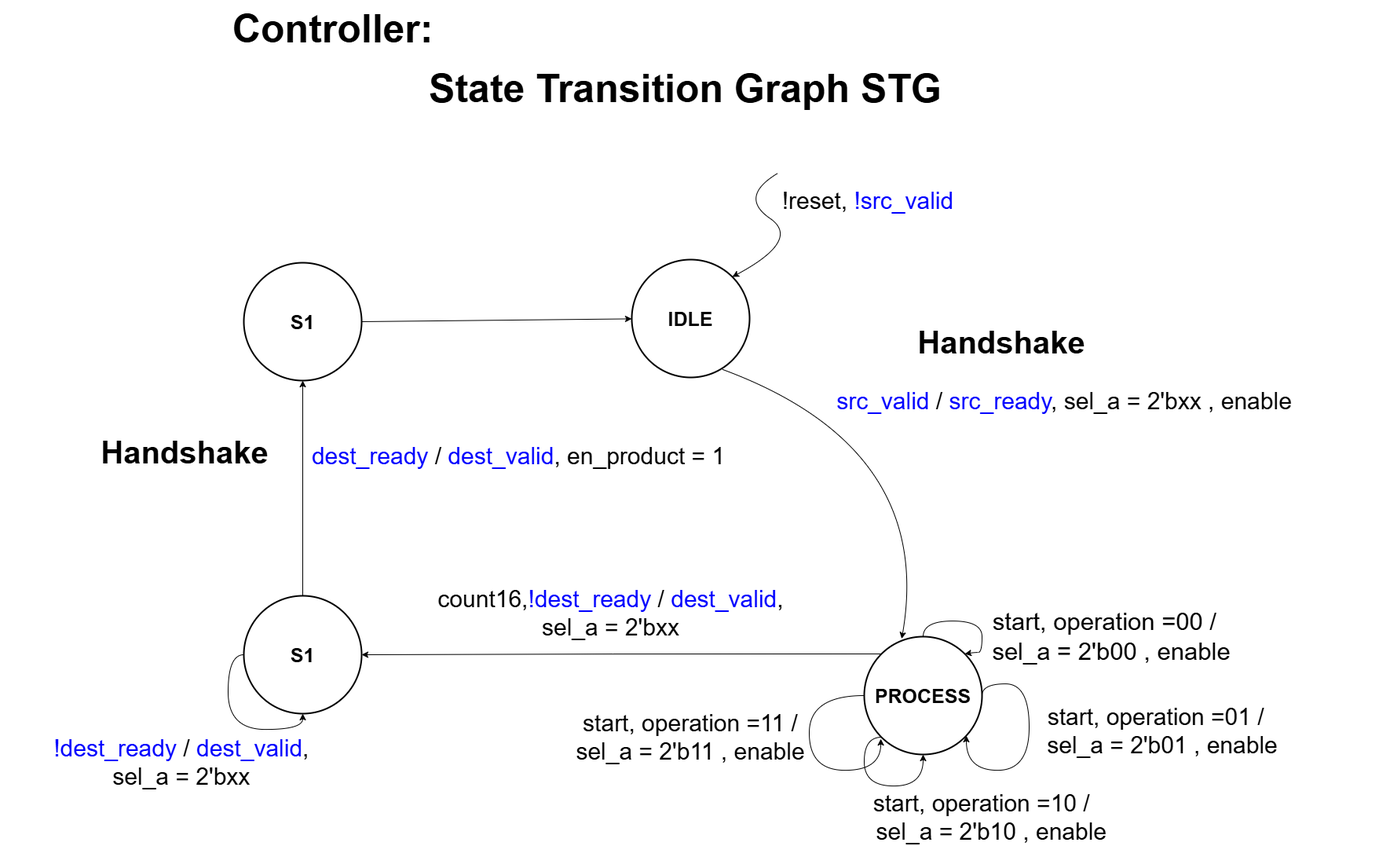
Earlier version of the draw.io export Nasir/src/valid_ready_interface_seq_multiplier/docs/Controller_val_ready.png (medsuet/Xcelerium-IC-Design-Training). Source tidied: cells renumbered, new cells last; positions are measured from the earlier drawing's top-left corner, leaving out a move shared by most shapes.
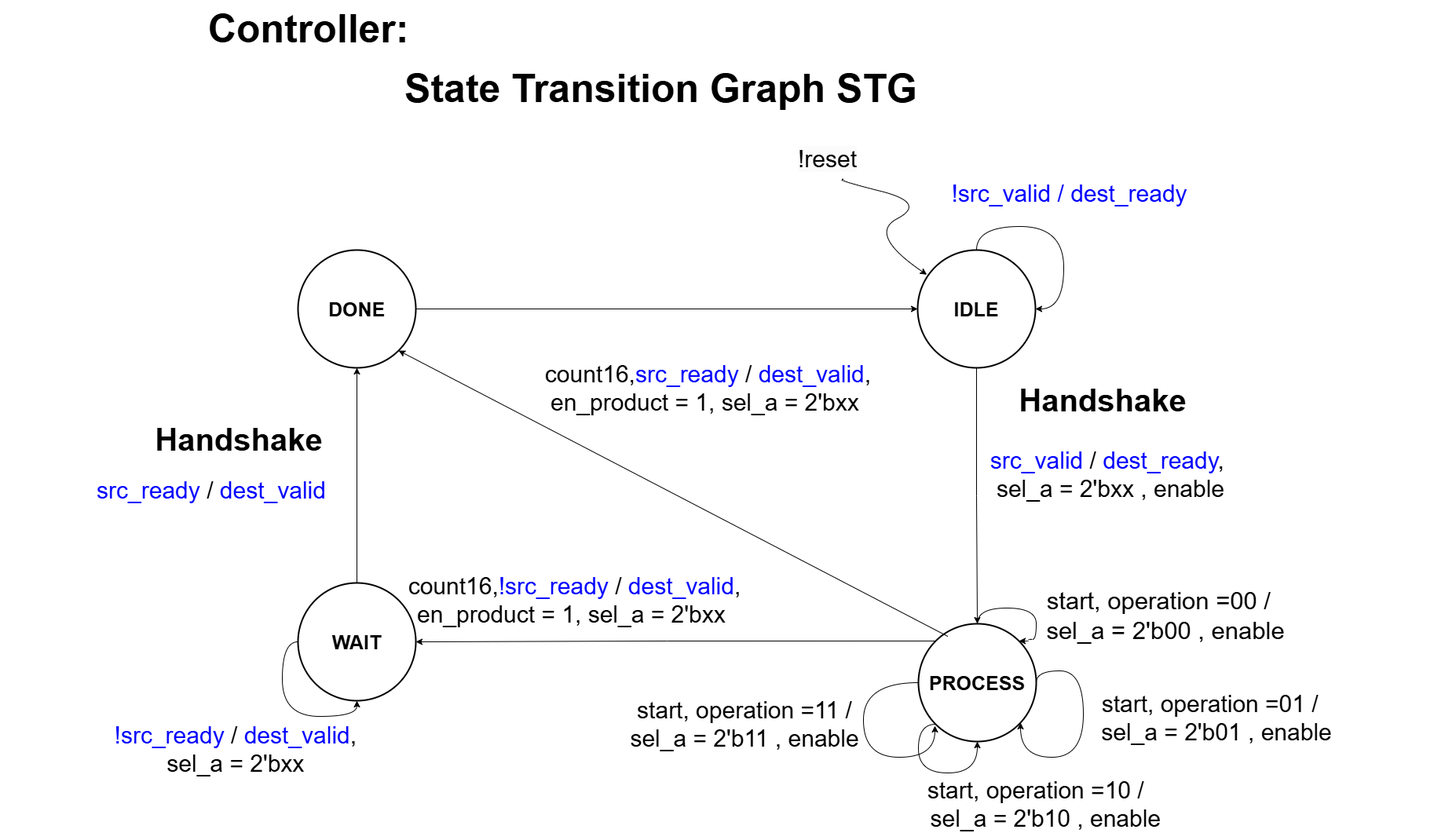
After the change.

The edit, as a diff of the source:
```diff
@@ -3,10 +3,13 @@
     <mxCell id="0" />
     <mxCell id="1" parent="0" />
     <mxCell id="2" value="&lt;h1 style=&quot;margin-top: 0px;&quot;&gt;&lt;span style=&quot;background-color: initial;&quot;&gt;&lt;font style=&quot;font-size: 50px;&quot;&gt;&amp;nbsp;Controller:&lt;/font&gt;&lt;/span&gt;&lt;br&gt;&lt;/h1&gt;&lt;div&gt;&lt;span style=&quot;background-color: initial;&quot;&gt;&lt;font style=&quot;font-size: 50px;&quot;&gt;&lt;span style=&quot;white-space: pre;&quot;&gt;&#9;&lt;/span&gt;&lt;span style=&quot;white-space: pre;&quot;&gt;&#9;&lt;/span&gt;&amp;nbsp; &amp;nbsp;&lt;/font&gt;&lt;/span&gt;&lt;span style=&quot;font-size: 50px; background-color: initial;&quot;&gt;&lt;b&gt;State Transition Graph STG&lt;/b&gt;&lt;/span&gt;&lt;/div&gt;" style="text;html=1;whiteSpace=wrap;overflow=hidden;rounded=0;" parent="1" vertex="1">
-      <mxGeometry x="280" width="1050" height="310" as="geometry" />
+      <mxGeometry x="180" y="16" width="1050" height="164" as="geometry" />
     </mxCell>
+    <mxCell id="28" style="edgeStyle=orthogonalEdgeStyle;rounded=0;jettySize=auto;html=1;exitX=0.5;exitY=1;exitDx=0;exitDy=0;entryX=0.5;entryY=0;entryDx=0;entryDy=0;" parent="1" edge="1" source="3" target="7">
+      <mxGeometry relative="1" as="geometry" />
+    </mxCell>
     <mxCell id="3" value="&lt;b style=&quot;font-size: 25px;&quot;&gt;IDLE&lt;/b&gt;" style="ellipse;whiteSpace=wrap;html=1;strokeWidth=2;" parent="1" vertex="1">
-      <mxGeometry x="804" y="330" width="150" height="150" as="geometry" />
+      <mxGeometry x="1099" y="334" width="150" height="150" as="geometry" />
     </mxCell>
     <mxCell id="4" style="edgeStyle=orthogonalEdgeStyle;rounded=0;orthogonalLoop=1;jettySize=auto;html=1;exitX=0;exitY=1;exitDx=0;exitDy=0;curved=1;entryX=0.5;entryY=1;entryDx=0;entryDy=0;" parent="1" edge="1" source="7" target="7">
       <mxGeometry relative="1" as="geometry">
@@ -33,20 +36,21 @@
     <mxCell id="7" value="&lt;b style=&quot;font-size: 25px;&quot;&gt;PROCESS&lt;/b&gt;" style="ellipse;whiteSpace=wrap;html=1;strokeWidth=2;" parent="1" vertex="1">
       <mxGeometry x="1100" y="810" width="150" height="150" as="geometry" />
     </mxCell>
-    <mxCell id="8" style="curved=1;endArrow=classic;html=1;rounded=0;entryX=1;entryY=0;entryDx=0;entryDy=0;" parent="1" edge="1" target="3">
+    <mxCell id="8" style="curved=1;endArrow=classic;html=1;rounded=0;entryX=0.078;entryY=0.209;entryDx=0;entryDy=0;entryPerimeter=0;" parent="1" edge="1" target="3">
       <mxGeometry relative="1" as="geometry">
-        <mxPoint x="990" y="220" as="sourcePoint" />
+        <mxPoint x="1005" y="244" as="sourcePoint" />
         <Array as="points">
-          <mxPoint x="940" y="250" />
-          <mxPoint x="1020" y="305" />
+          <mxPoint x="993" y="244" />
+          <mxPoint x="1111" y="274" />
+          <mxPoint x="1035" y="314" />
         </Array>
       </mxGeometry>
     </mxCell>
-    <mxCell id="9" value="&lt;font style=&quot;font-size: 30px;&quot;&gt;!reset, &lt;font color=&quot;#0000ff&quot;&gt;!src_valid&lt;/font&gt;&lt;/font&gt;" style="text;html=1;align=center;verticalAlign=middle;whiteSpace=wrap;rounded=0;" parent="1" vertex="1">
-      <mxGeometry x="990" y="240" width="230" height="30" as="geometry" />
+    <mxCell id="9" value="&lt;font style=&quot;font-size: 30px;&quot;&gt;&lt;font color=&quot;#0000ff&quot;&gt;!src_valid / dest_ready&lt;/font&gt;&lt;/font&gt;" style="text;html=1;align=center;verticalAlign=middle;whiteSpace=wrap;rounded=0;" parent="1" vertex="1">
+      <mxGeometry x="1135" y="230" width="315" height="64" as="geometry" />
     </mxCell>
-    <mxCell id="10" value="&lt;font style=&quot;font-size: 30px;&quot;&gt;&lt;font color=&quot;#0000ff&quot;&gt;src_valid&lt;/font&gt; / &lt;font color=&quot;#0000ff&quot;&gt;src_ready&lt;/font&gt;, sel_a = 2'bxx , enable&lt;/font&gt;" style="text;html=1;align=center;verticalAlign=middle;whiteSpace=wrap;rounded=0;" parent="1" vertex="1">
-      <mxGeometry x="1050" y="480" width="610" height="60" as="geometry" />
+    <mxCell id="10" value="&lt;font style=&quot;font-size: 30px;&quot;&gt;&lt;font color=&quot;#0000ff&quot;&gt;src_valid&lt;/font&gt; / &lt;font color=&quot;#0000ff&quot;&gt;dest_ready&lt;/font&gt;,&amp;nbsp;&lt;/font&gt;&lt;div&gt;&lt;font style=&quot;font-size: 30px;&quot;&gt;sel_a = 2'bxx , enable&lt;/font&gt;&lt;/div&gt;" style="text;html=1;align=center;verticalAlign=middle;whiteSpace=wrap;rounded=0;" parent="1" vertex="1">
+      <mxGeometry x="1040" y="590" width="610" height="60" as="geometry" />
     </mxCell>
     <mxCell id="11" style="edgeStyle=orthogonalEdgeStyle;rounded=0;orthogonalLoop=1;jettySize=auto;html=1;exitX=1;exitY=0.5;exitDx=0;exitDy=0;curved=1;" parent="1" edge="1" source="7" target="7">
       <mxGeometry relative="1" as="geometry">
@@ -79,32 +83,24 @@
       </mxGeometry>
     </mxCell>
     <mxCell id="16" value="&lt;font style=&quot;font-size: 31px;&quot;&gt;start, operation =00 / &amp;nbsp;&lt;/font&gt;&lt;div&gt;&lt;font style=&quot;font-size: 31px;&quot;&gt;sel_a = 2'b00 , enable&lt;/font&gt;&lt;/div&gt;" style="text;html=1;align=center;verticalAlign=middle;whiteSpace=wrap;rounded=0;" parent="1" vertex="1">
-      <mxGeometry x="1110" y="780" width="610" height="60" as="geometry" />
+      <mxGeometry x="1110" y="770" width="610" height="60" as="geometry" />
     </mxCell>
-    <mxCell id="17" value="&lt;font style=&quot;font-size: 30px;&quot;&gt;count16,&lt;font color=&quot;#0000ff&quot;&gt;!dest_ready&lt;/font&gt; /&amp;nbsp;&lt;font color=&quot;#0000ff&quot;&gt;dest_valid&lt;/font&gt;,&lt;/font&gt;&lt;div&gt;&lt;font style=&quot;font-size: 30px;&quot;&gt;&amp;nbsp;sel_a = 2'bxx&amp;nbsp;&lt;/font&gt;&lt;/div&gt;" style="text;html=1;align=center;verticalAlign=middle;whiteSpace=wrap;rounded=0;" parent="1" vertex="1">
-      <mxGeometry x="555" y="750" width="445" height="60" as="geometry" />
+    <mxCell id="17" value="&lt;font style=&quot;font-size: 30px;&quot;&gt;count16,&lt;font color=&quot;#0000ff&quot;&gt;!src_ready&lt;/font&gt; /&amp;nbsp;&lt;font color=&quot;#0000ff&quot;&gt;dest_valid&lt;/font&gt;,&lt;/font&gt;&lt;div&gt;&lt;span style=&quot;font-size: 30px;&quot;&gt;en_product = 1,&amp;nbsp;&lt;/span&gt;&lt;span style=&quot;font-size: 30px; background-color: initial;&quot;&gt;sel_a = 2'bxx&amp;nbsp;&lt;/span&gt;&lt;/div&gt;" style="text;html=1;align=center;verticalAlign=middle;whiteSpace=wrap;rounded=0;" parent="1" vertex="1">
+      <mxGeometry x="440" y="750" width="445" height="60" as="geometry" />
     </mxCell>
     <mxCell id="18" value="&lt;font style=&quot;font-size: 40px;&quot;&gt;&lt;b&gt;Handshake&lt;/b&gt;&lt;/font&gt;" style="text;html=1;align=center;verticalAlign=middle;whiteSpace=wrap;rounded=0;" parent="1" vertex="1">
-      <mxGeometry x="1120" y="400" width="310" height="70" as="geometry" />
+      <mxGeometry x="1180" y="490" width="310" height="70" as="geometry" />
     </mxCell>
-    <mxCell id="19" value="&lt;b style=&quot;font-size: 25px;&quot;&gt;S1&lt;/b&gt;" style="ellipse;whiteSpace=wrap;html=1;strokeWidth=2;" parent="1" vertex="1">
+    <mxCell id="19" value="&lt;b style=&quot;font-size: 25px;&quot;&gt;WAIT&lt;/b&gt;" style="ellipse;whiteSpace=wrap;html=1;strokeWidth=2;" parent="1" vertex="1">
       <mxGeometry x="310" y="758" width="150" height="150" as="geometry" />
     </mxCell>
-    <mxCell id="20" value="&lt;font style=&quot;font-size: 30px;&quot;&gt;&lt;font color=&quot;#0000ff&quot;&gt;!dest_ready&lt;/font&gt; /&amp;nbsp;&lt;font color=&quot;#0000ff&quot;&gt;dest_valid&lt;/font&gt;,&amp;nbsp;&lt;/font&gt;&lt;div&gt;&lt;font style=&quot;font-size: 30px;&quot;&gt;sel_a = 2'bxx&amp;nbsp;&lt;/font&gt;&lt;/div&gt;" style="text;html=1;align=center;verticalAlign=middle;whiteSpace=wrap;rounded=0;" parent="1" vertex="1">
+    <mxCell id="20" value="&lt;font style=&quot;font-size: 30px;&quot;&gt;&lt;font color=&quot;#0000ff&quot;&gt;!src_ready&lt;/font&gt; /&amp;nbsp;&lt;font color=&quot;#0000ff&quot;&gt;dest_valid&lt;/font&gt;,&amp;nbsp;&lt;/font&gt;&lt;div&gt;&lt;font style=&quot;font-size: 30px;&quot;&gt;sel_a = 2'bxx&amp;nbsp;&lt;/font&gt;&lt;/div&gt;" style="text;html=1;align=center;verticalAlign=middle;whiteSpace=wrap;rounded=0;" parent="1" vertex="1">
       <mxGeometry y="940" width="470" height="60" as="geometry" />
     </mxCell>
     <mxCell id="21" style="edgeStyle=orthogonalEdgeStyle;rounded=0;orthogonalLoop=1;jettySize=auto;html=1;exitX=0;exitY=0.5;exitDx=0;exitDy=0;entryX=0.5;entryY=1;entryDx=0;entryDy=0;curved=1;" parent="1" edge="1" source="19" target="19">
       <mxGeometry relative="1" as="geometry" />
     </mxCell>
-    <mxCell id="22" style="edgeStyle=none;jettySize=auto;html=1;rounded=0;entryX=0.318;entryY=0.018;entryDx=0;entryDy=0;entryPerimeter=0;curved=1;" parent="1" edge="1" target="7">
-      <mxGeometry relative="1" as="geometry">
-        <mxPoint x="920" y="470" as="sourcePoint" />
-        <Array as="points">
-          <mxPoint x="1190" y="570" />
-        </Array>
-      </mxGeometry>
-    </mxCell>
-    <mxCell id="23" value="&lt;b style=&quot;font-size: 25px;&quot;&gt;S1&lt;/b&gt;" style="ellipse;whiteSpace=wrap;html=1;strokeWidth=2;" parent="1" vertex="1">
+    <mxCell id="23" value="&lt;b style=&quot;font-size: 25px;&quot;&gt;DONE&lt;/b&gt;" style="ellipse;whiteSpace=wrap;html=1;strokeWidth=2;" parent="1" vertex="1">
       <mxGeometry x="310" y="334" width="150" height="150" as="geometry" />
     </mxCell>
     <mxCell id="24" style="edgeStyle=none;jettySize=auto;html=1;rounded=0;exitX=0.5;exitY=0;exitDx=0;exitDy=0;entryX=0.5;entryY=1;entryDx=0;entryDy=0;" parent="1" edge="1" source="19" target="23">
@@ -113,11 +109,29 @@
     <mxCell id="25" style="edgeStyle=none;jettySize=auto;html=1;rounded=0;exitX=1;exitY=0.5;exitDx=0;exitDy=0;curved=1;" parent="1" edge="1" source="23" target="3">
       <mxGeometry relative="1" as="geometry" />
     </mxCell>
-    <mxCell id="26" value="&lt;font style=&quot;font-size: 30px;&quot;&gt;&lt;font color=&quot;#0000ff&quot;&gt;dest_ready&amp;nbsp;&lt;/font&gt;/ &lt;font color=&quot;#0000ff&quot;&gt;dest_valid&lt;/font&gt;, en_product = 1&lt;/font&gt;" style="text;html=1;align=center;verticalAlign=middle;whiteSpace=wrap;rounded=0;" parent="1" vertex="1">
-      <mxGeometry x="390" y="550" width="540" height="60" as="geometry" />
+    <mxCell id="26" value="&lt;font style=&quot;font-size: 30px;&quot;&gt;&lt;font color=&quot;#0000ff&quot;&gt;src_ready&amp;nbsp;&lt;/font&gt;/ &lt;font color=&quot;#0000ff&quot;&gt;dest_valid&lt;/font&gt;&lt;/font&gt;" style="text;html=1;align=center;verticalAlign=middle;whiteSpace=wrap;rounded=0;" parent="1" vertex="1">
+      <mxGeometry x="-70" y="610" width="540" height="60" as="geometry" />
     </mxCell>
     <mxCell id="27" value="&lt;font style=&quot;font-size: 40px;&quot;&gt;&lt;b&gt;Handshake&lt;/b&gt;&lt;/font&gt;" style="text;html=1;align=center;verticalAlign=middle;whiteSpace=wrap;rounded=0;" parent="1" vertex="1">
       <mxGeometry x="80" y="540" width="310" height="70" as="geometry" />
     </mxCell>
+    <mxCell id="29" style="edgeStyle=orthogonalEdgeStyle;rounded=0;orthogonalLoop=1;jettySize=auto;html=1;exitX=0.5;exitY=0;exitDx=0;exitDy=0;entryX=1;entryY=0.5;entryDx=0;entryDy=0;curved=1;" parent="1" edge="1" source="3" target="3">
+      <mxGeometry relative="1" as="geometry">
+        <Array as="points">
+          <mxPoint x="1174" y="304" />
+          <mxPoint x="1285" y="304" />
+          <mxPoint x="1285" y="409" />
+        </Array>
+      </mxGeometry>
+    </mxCell>
+    <mxCell id="30" value="&lt;span style=&quot;color: rgb(0, 0, 0); font-family: Helvetica; font-size: 30px; font-style: normal; font-variant-ligatures: normal; font-variant-caps: normal; font-weight: 400; letter-spacing: normal; orphans: 2; text-align: center; text-indent: 0px; text-transform: none; widows: 2; word-spacing: 0px; -webkit-text-stroke-width: 0px; white-space: normal; background-color: rgb(251, 251, 251); text-decoration-thickness: initial; text-decoration-style: initial; text-decoration-color: initial; display: inline !important; float: none;&quot;&gt;!reset&lt;/span&gt;" style="text;whiteSpace=wrap;html=1;" parent="1" vertex="1">
+      <mxGeometry x="945" y="194" width="130" height="60" as="geometry" />
+    </mxCell>
+    <mxCell id="31" style="edgeStyle=none;jettySize=auto;html=1;rounded=0;exitX=0.045;exitY=0.935;exitDx=0;exitDy=0;entryX=1;entryY=1;entryDx=0;entryDy=0;exitPerimeter=0;" parent="1" edge="1" source="16" target="23">
+      <mxGeometry relative="1" as="geometry" />
+    </mxCell>
+    <mxCell id="32" value="&lt;font style=&quot;font-size: 30px;&quot;&gt;count16,&lt;font color=&quot;#0000ff&quot;&gt;src_ready&lt;/font&gt; /&amp;nbsp;&lt;font color=&quot;#0000ff&quot;&gt;dest_valid&lt;/font&gt;,&lt;/font&gt;&lt;div&gt;&lt;span style=&quot;font-size: 30px;&quot;&gt;en_product = 1,&amp;nbsp;&lt;/span&gt;&lt;span style=&quot;font-size: 30px; background-color: initial;&quot;&gt;sel_a = 2'bxx&amp;nbsp;&lt;/span&gt;&lt;/div&gt;" style="text;html=1;align=center;verticalAlign=middle;whiteSpace=wrap;rounded=0;" parent="1" vertex="1">
+      <mxGeometry x="610" y="480" width="445" height="60" as="geometry" />
+    </mxCell>
   </root>
 </mxGraphModel>
```
